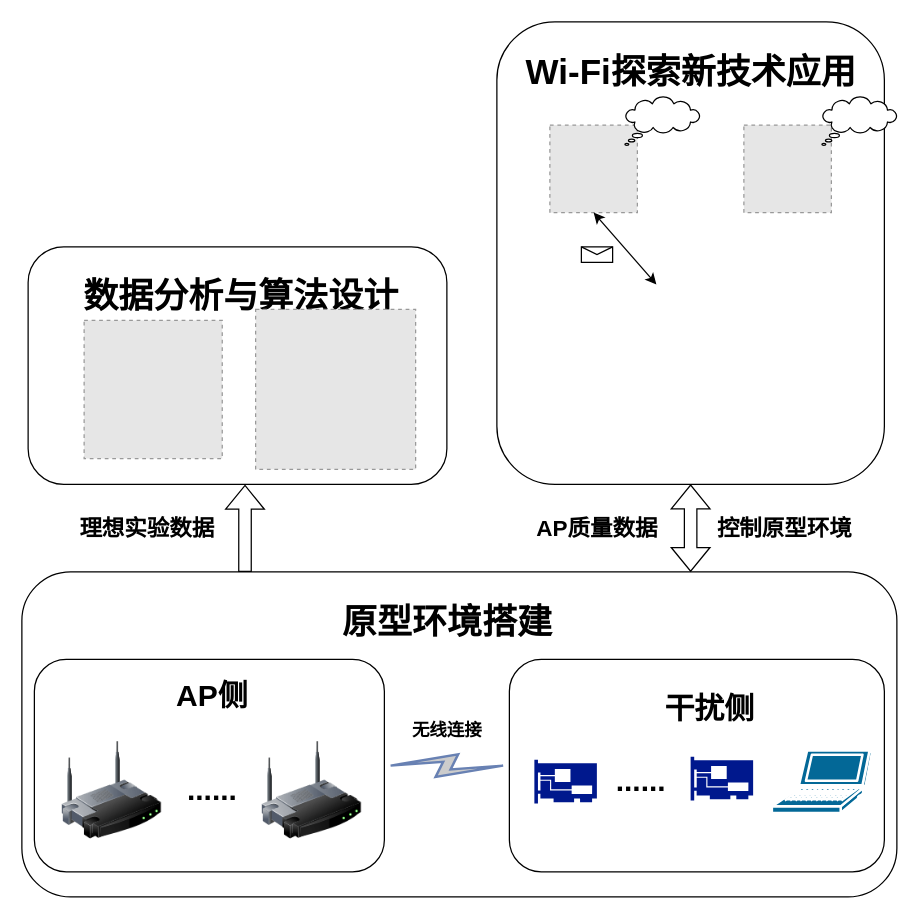
This is 项目组整体框图.drawio from zeandon/draw.io, a draw.io file, before an edit. Source tidied: cells renumbered, new cells numbered last; positions are measured from the earlier drawing's top-left corner, leaving out a move shared by most shapes. Both pictures are drawn from the tidied source at 125%, with x=0, y=0 at pixel (21, 21). Pictures stored in the file or linked from it are replaced by grey dashed boxes.
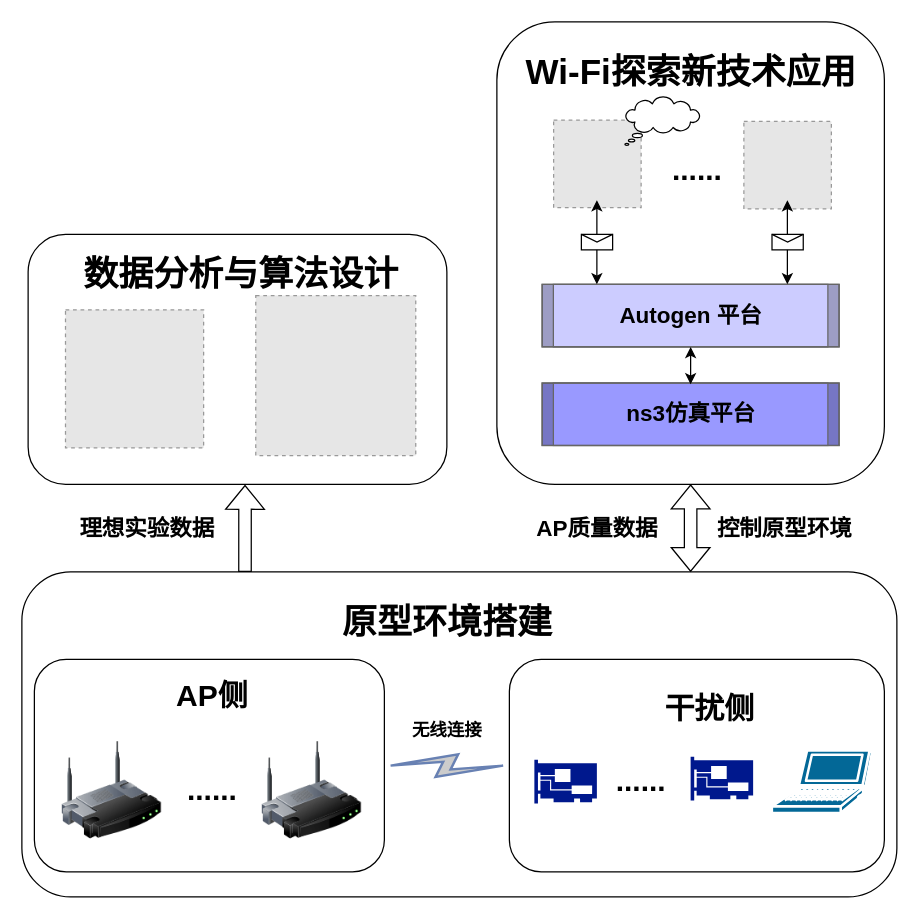
The same diagram, later.

Commit message (it also covers changes not shown here):
更新项目组整体框图.drawio

Diff of the diagram source:
```diff
@@
     <mxCell id="3" style="rounded=1;whiteSpace=wrap;html=1;" parent="1" vertex="1">
-      <mxGeometry x="5" y="180" width="335" height="190" as="geometry" />
+      <mxGeometry x="5" y="170" width="335" height="200" as="geometry" />
     </mxCell>
@@
     <mxCell id="13" value="数据分析与算法设计" style="text;strokeColor=none;fillColor=none;html=1;fontSize=28;fontStyle=1;verticalAlign=middle;align=center;" parent="1" vertex="1">
-      <mxGeometry x="60" y="198.8" width="230" height="40" as="geometry" />
+      <mxGeometry x="60" y="182.4" width="230" height="40" as="geometry" />
     </mxCell>
@@
     <mxCell id="15" style="fillColor=#E6E6E6;strokeColor=#999999;dashed=1;html=1;verticalAlign=top;verticalLabelPosition=bottom;labelBackgroundColor=#ffffff;" parent="1" vertex="1">
-      <mxGeometry x="49.8" y="238.8" width="110.5" height="110.5" as="geometry" />
+      <mxGeometry x="34.9" y="230.3" width="110.5" height="110.5" as="geometry" />
     </mxCell>
     <mxCell id="16" style="fillColor=#E6E6E6;strokeColor=#999999;dashed=1;html=1;verticalAlign=top;verticalLabelPosition=bottom;labelBackgroundColor=#ffffff;" parent="1" vertex="1">
-      <mxGeometry x="187" y="230" width="128" height="128" as="geometry" />
+      <mxGeometry x="187.1" y="218.9" width="128" height="128" as="geometry" />
     </mxCell>
     <mxCell id="17" style="fillColor=#E6E6E6;strokeColor=#999999;dashed=1;html=1;verticalAlign=top;verticalLabelPosition=bottom;labelBackgroundColor=#ffffff;" parent="1" vertex="1">
-      <mxGeometry x="577.6" y="82.6" width="70" height="70" as="geometry" />
+      <mxGeometry x="577.6" y="79.6" width="70" height="70" as="geometry" />
     </mxCell>
@@
     <mxCell id="28" style="fillColor=#E6E6E6;strokeColor=#999999;dashed=1;html=1;verticalAlign=top;verticalLabelPosition=bottom;labelBackgroundColor=#ffffff;" parent="1" vertex="1">
-      <mxGeometry x="422.4" y="82.6" width="70" height="70" as="geometry" />
+      <mxGeometry x="425.4" y="78.6" width="70" height="70" as="geometry" />
     </mxCell>
@@
-    <mxCell id="31" style="endArrow=classic;startArrow=classic;html=1;rounded=0;entryX=0;entryY=0.5;entryDx=0;entryDy=0;exitX=0.5;exitY=1;exitDx=0;exitDy=0;" parent="1" edge="1" source="28">
-      <mxGeometry relative="1" as="geometry">
-        <mxPoint x="507.6" y="210" as="targetPoint" />
-      </mxGeometry>
-    </mxCell>
+    <mxCell id="34" style="strokeColor=#666666;html=1;labelPosition=right;align=left;spacingLeft=15;shadow=0;dashed=0;shape=mxgraph.rackGeneral.plate;fillColor=#CCCCFF;" parent="1" vertex="1">
+      <mxGeometry x="416.2" y="210" width="237.6" height="50" as="geometry" />
+    </mxCell>
+    <mxCell id="35" value="Autogen 平台" style="text;strokeColor=none;fillColor=none;html=1;fontSize=18;fontStyle=1;verticalAlign=middle;align=center;" parent="1" vertex="1">
+      <mxGeometry x="474.9" y="218.9" width="120.2" height="32.2" as="geometry" />
+    </mxCell>
+    <mxCell id="36" style="strokeColor=#666666;html=1;labelPosition=right;align=left;spacingLeft=15;shadow=0;dashed=0;shape=mxgraph.rackGeneral.plate;fillColor=#9999FF;" parent="1" vertex="1">
+      <mxGeometry x="416.2" y="288.9" width="237.6" height="50" as="geometry" />
+    </mxCell>
+    <mxCell id="37" value="ns3仿真平台" style="text;strokeColor=none;fillColor=none;html=1;fontSize=18;fontStyle=1;verticalAlign=middle;align=center;" parent="1" vertex="1">
+      <mxGeometry x="474.9" y="297.8" width="120.2" height="32.2" as="geometry" />
+    </mxCell>
+    <mxCell id="38" style="endArrow=classic;startArrow=classic;html=1;rounded=0;" parent="1" edge="1">
+      <mxGeometry relative="1" as="geometry">
+        <mxPoint x="612.4" y="210" as="sourcePoint" />
+        <mxPoint x="612.4" y="142.6" as="targetPoint" />
+      </mxGeometry>
+    </mxCell>
+    <mxCell id="39" style="endArrow=classic;startArrow=classic;html=1;rounded=0;" parent="1" edge="1">
+      <mxGeometry relative="1" as="geometry">
+        <mxPoint x="460" y="210" as="sourcePoint" />
+        <mxPoint x="460" y="142.6" as="targetPoint" />
+      </mxGeometry>
+    </mxCell>
+    <mxCell id="40" style="shape=message;html=1;html=1;labelPosition=center;verticalLabelPosition=bottom;align=center;verticalAlign=top;" parent="1" vertex="1">
+      <mxGeometry x="600.1" y="170" width="25" height="12.4" as="geometry" />
+    </mxCell>
     <mxCell id="32" style="shape=message;html=1;html=1;labelPosition=center;verticalLabelPosition=bottom;align=center;verticalAlign=top;" parent="1" vertex="1">
-      <mxGeometry x="447.6" y="180" width="25" height="12.4" as="geometry" />
+      <mxGeometry x="447.6" y="170" width="25" height="12.4" as="geometry" />
     </mxCell>
-    <mxCell id="33" style="whiteSpace=wrap;html=1;shape=mxgraph.basic.cloud_callout;" parent="1" vertex="1">
-      <mxGeometry x="640" y="60" width="60" height="38.8" as="geometry" />
-    </mxCell>
+    <mxCell id="41" value="......" style="text;strokeColor=none;fillColor=none;html=1;fontSize=24;fontStyle=1;verticalAlign=middle;align=center;" parent="1" vertex="1">
+      <mxGeometry x="505" y="98.8" width="70" height="40" as="geometry" />
+    </mxCell>
+    <mxCell id="42" style="endArrow=classic;startArrow=classic;html=1;rounded=0;" parent="1" edge="1">
+      <mxGeometry relative="1" as="geometry">
+        <mxPoint x="535" y="290" as="sourcePoint" />
+        <mxPoint x="535" y="260" as="targetPoint" />
+      </mxGeometry>
+    </mxCell>
```
